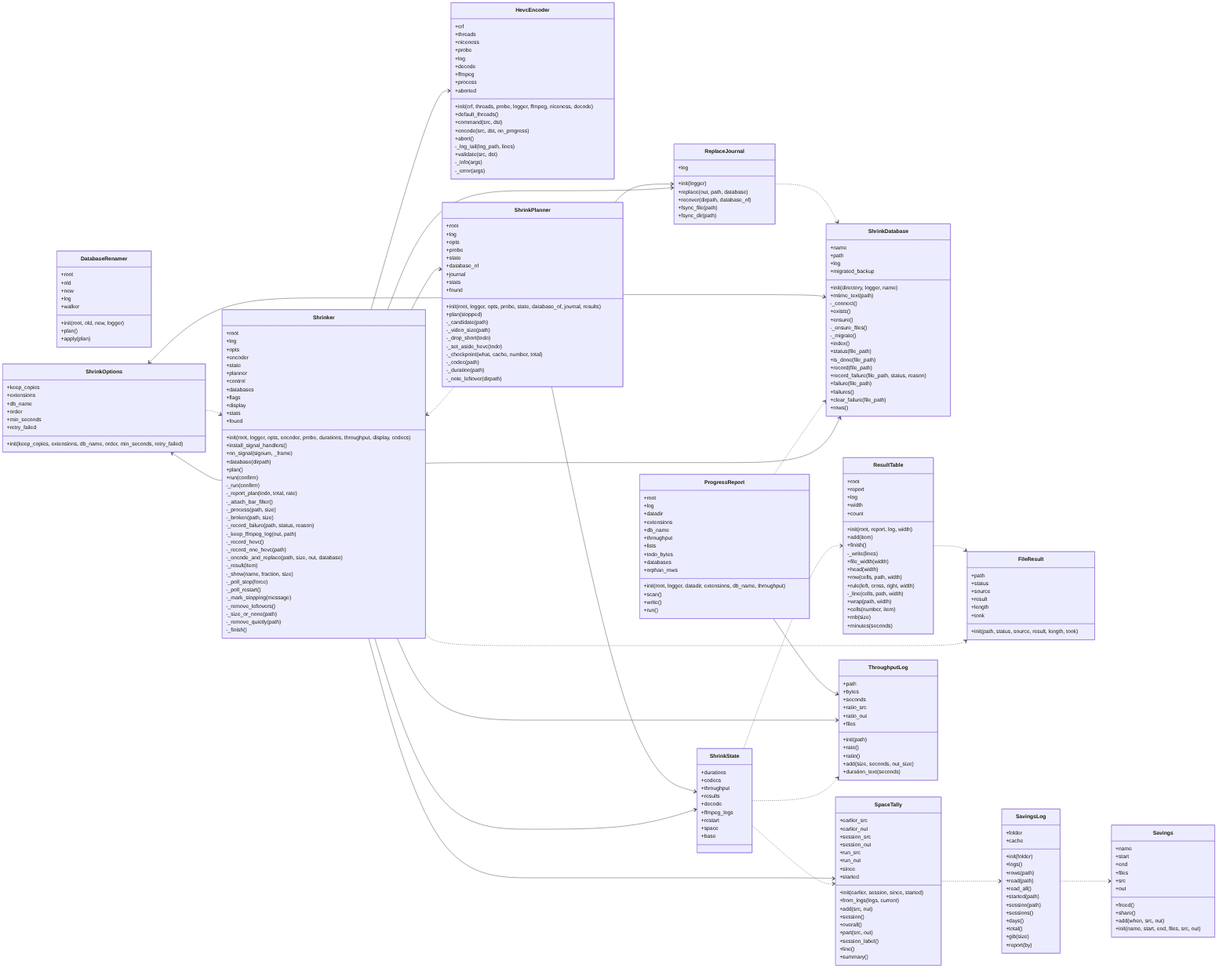
Before: docs/img/uml_shrink.png, a diagram exported from Mermaid (peddanet/mediatools). Its source is kept beside it as docs/img/uml_shrink.mmd.
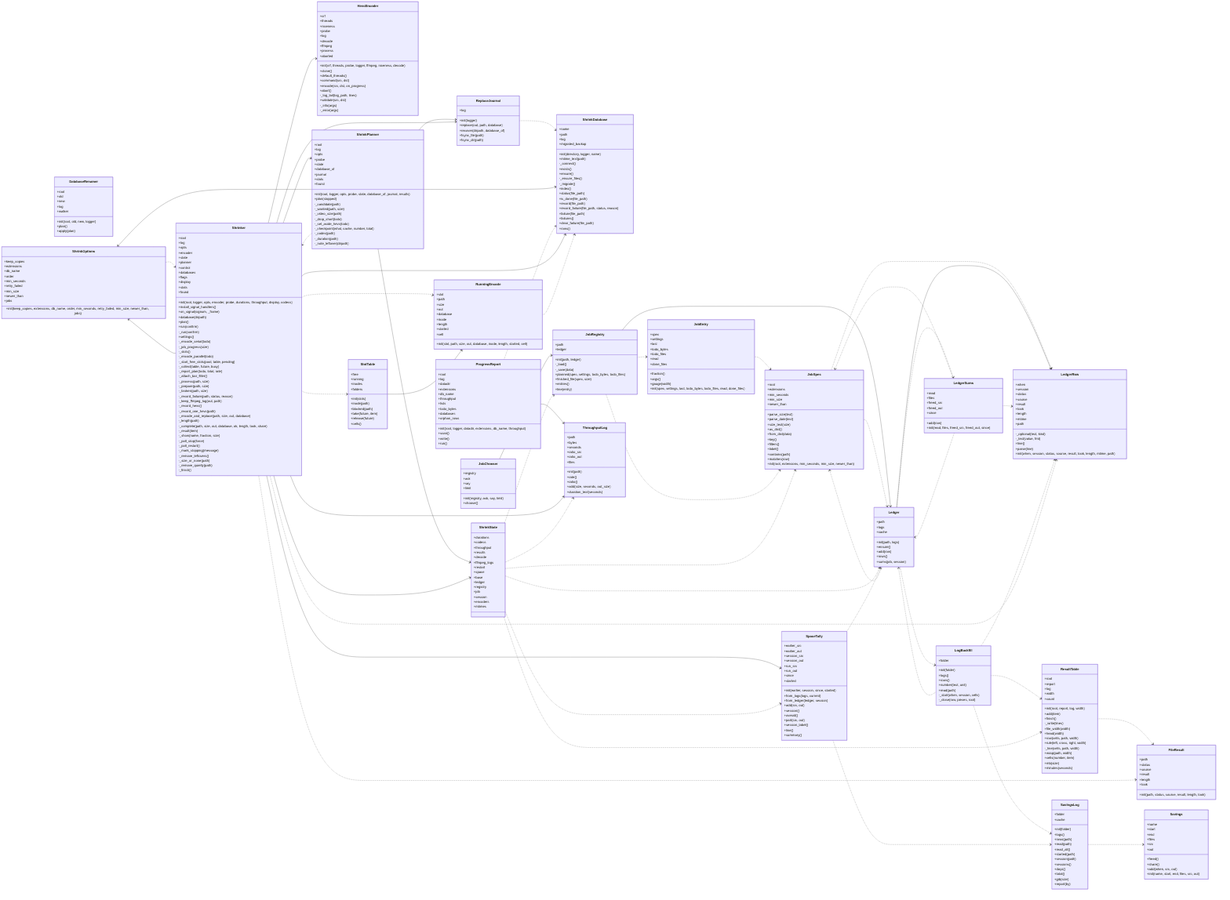
Later version of the same file.

Diff of the diagram source:
```diff
@@ -43,6 +43,7 @@
     +process
     +aborted
     +init(crf, threads, probe, logger, ffmpeg, niceness, decode)
+    +clone()
     +default_threads()
     +command(src, dst)
     +encode(src, dst, on_progress)
@@ -61,6 +62,56 @@
     +took
     +init(path, status, source, result, length, took)
   }
+  class JobChooser {
+    +registry
+    +ask
+    +say
+    +limit
+    +init(registry, ask, say, limit)
+    +choose()
+  }
+  class JobEntry {
+    +spec
+    +settings
+    +last
+    +todo_bytes
+    +todo_files
+    +read
+    +done_files
+    +fraction()
+    +argv()
+    +gauge(width)
+    +init(spec, settings, last, todo_bytes, todo_files, read, done_files)
+  }
+  class JobRegistry {
+    +path
+    +ledger
+    +init(path, ledger)
+    -_load()
+    -_save(data)
+    +planned(spec, settings, todo_bytes, todo_files)
+    +finished_file(spec, size)
+    +entries()
+    +line(entry)
+  }
+  class JobSpec {
+    +root
+    +extensions
+    +min_seconds
+    +min_size
+    +newer_than
+    +parse_size(text)
+    +parse_date(text)
+    +size_text(size)
+    +as_dict()
+    +from_dict(data)
+    +key()
+    +filters()
+    +label()
+    +contains(path)
+    +matches(row)
+    +init(root, extensions, min_seconds, min_size, newer_than)
+  }
   class ReplaceJournal {
     +log
     +init(logger)
@@ -69,6 +120,51 @@
     +fsync_file(path)
     +fsync_dir(path)
   }
+  class Ledger {
+    +path
+    +logs
+    +cache
+    +init(path, logs)
+    +ensure()
+    +add(row)
+    +rows()
+    +sums(job, session)
+  }
+  class LedgerSums {
+    +read
+    +files
+    +freed_src
+    +freed_out
+    +since
+    +add(row)
+    +init(read, files, freed_src, freed_out, since)
+  }
+  class LedgerRow {
+    +when
+    +session
+    +status
+    +source
+    +result
+    +took
+    +length
+    +mtime
+    +path
+    -_optional(text, kind)
+    -_text(value, fmt)
+    +line()
+    +parse(line)
+    +init(when, session, status, source, result, took, length, mtime, path)
+  }
+  class LogBackfill {
+    +folder
+    +init(folder)
+    +logs()
+    +rows()
+    +number(text, unit)
+    +read(path)
+    -_start(when, session, cells)
+    -_close(row, pieces, root)
+  }
   class ShrinkOptions {
     +keep_copies
     +extensions
@@ -76,7 +172,10 @@
     +order
     +min_seconds
     +retry_failed
-    +init(keep_copies, extensions, db_name, order, min_seconds, retry_failed)
+    +min_size
+    +newer_than
+    +jobs
+    +init(keep_copies, extensions, db_name, order, min_seconds, retry_failed, min_size, newer_than, jobs)
   }
   class ShrinkPlanner {
     +root
@@ -91,6 +190,7 @@
     +init(root, logger, opts, probe, state, database_of, journal, results)
     +plan(stopped)
     -_candidate(path)
+    -_wanted(path, size)
     -_video_size(path)
     -_drop_short(todo)
     -_set_aside_hevc(todo)
@@ -183,15 +283,25 @@
     +plan()
     +run(confirm)
     -_run(confirm)
+    +settings()
+    -_encode_serial(todo)
+    -_job_progress(size)
+    -_slots()
+    -_encode_parallel(todo)
+    -_start_free_slots(pool, table, pending)
+    -_collect(table, future, busy)
     -_report_plan(todo, total, rate)
     -_attach_bar_filter()
     -_process(path, size)
+    -_prepare(path, size)
     -_broken(path, size)
     -_record_failure(path, status, reason)
     -_keep_ffmpeg_log(out, path)
     -_record_hevc()
     -_record_one_hevc(path)
     -_encode_and_replace(path, size, out, database)
+    -_length(path)
+    -_complete(path, size, out, database, ok, length, took, share)
     -_result(item)
     -_show(name, fraction, size)
     -_poll_stop(force)
@@ -212,6 +322,36 @@
     +restart
     +space
     +base
+    +ledger
+    +registry
+    +job
+    +session
+    +encoders
+    +mtimes
+  }
+  class RunningEncode {
+    +slot
+    +path
+    +size
+    +out
+    +database
+    +inode
+    +length
+    +started
+    +cell
+    +init(slot, path, size, out, database, inode, length, started, cell)
+  }
+  class SlotTable {
+    +free
+    +running
+    +inodes
+    +folders
+    +init(slots)
+    +inode(path)
+    +blocked(path)
+    +take(future, item)
+    +release(future)
+    +cells()
   }
   class SpaceTally {
     +earlier_src
@@ -224,6 +364,7 @@
     +started
     +init(earlier, session, since, started)
     +from_logs(logs, current)
+    +from_ledger(ledger, session)
     +add(src, out)
     +session()
     +overall()
@@ -245,7 +386,25 @@
     +add(size, seconds, out_size)
     +duration_text(seconds)
   }
+  JobChooser --> JobRegistry
+  JobEntry ..> JobSpec
+  JobRegistry ..> JobEntry
+  JobRegistry ..> JobSpec
+  JobRegistry --> Ledger
+  JobSpec ..> Ledger
+  JobSpec ..> LedgerRow
   ReplaceJournal ..> ShrinkDatabase
+  Ledger ..> JobSpec
+  Ledger --> LedgerRow
+  Ledger ..> LedgerSums
+  Ledger ..> LogBackfill
+  LedgerSums ..> JobSpec
+  LedgerSums ..> Ledger
+  LedgerSums ..> LedgerRow
+  LogBackfill ..> Ledger
+  LogBackfill ..> LedgerRow
+  LogBackfill ..> ResultTable
+  LogBackfill ..> SavingsLog
   ShrinkOptions ..> Shrinker
   ShrinkPlanner --> ReplaceJournal
   ShrinkPlanner --> ShrinkDatabase
@@ -258,14 +417,24 @@
   SavingsLog ..> Savings
   Shrinker ..> FileResult
   Shrinker --> HevcEncoder
+  Shrinker ..> JobSpec
+  Shrinker ..> LedgerRow
   Shrinker --> ReplaceJournal
+  Shrinker ..> RunningEncode
   Shrinker --> ShrinkDatabase
   Shrinker --> ShrinkOptions
   Shrinker --> ShrinkPlanner
   Shrinker --> ShrinkState
+  Shrinker ..> SlotTable
   Shrinker --> SpaceTally
   Shrinker --> ThroughputLog
+  ShrinkState ..> JobRegistry
+  ShrinkState ..> JobSpec
+  ShrinkState ..> Ledger
   ShrinkState ..> ResultTable
   ShrinkState ..> SpaceTally
   ShrinkState ..> ThroughputLog
+  RunningEncode ..> ShrinkDatabase
+  SlotTable --> RunningEncode
+  SpaceTally ..> Ledger
   SpaceTally ..> SavingsLog
```
